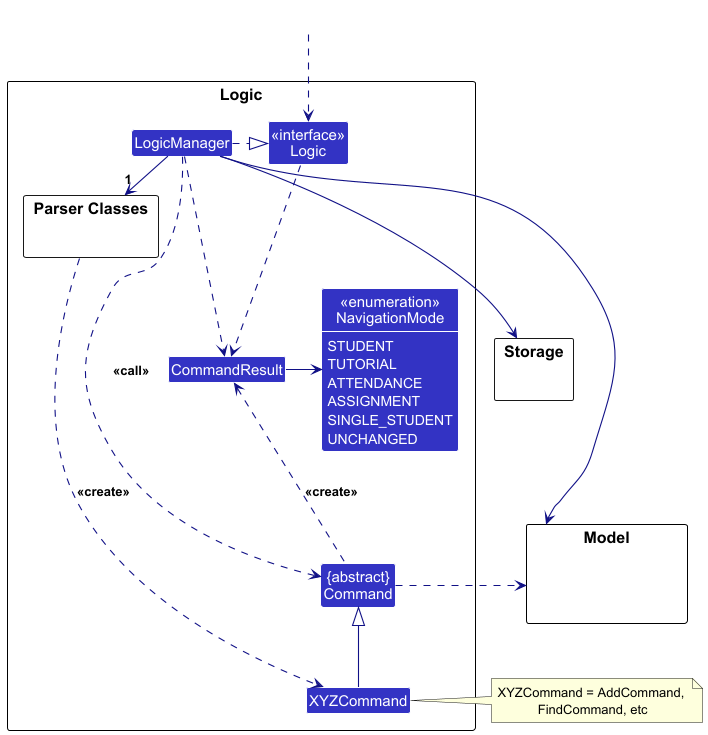
Above: docs/images/LogicClassDiagram.png in WhyAre/tp (PlantUML), before the change.
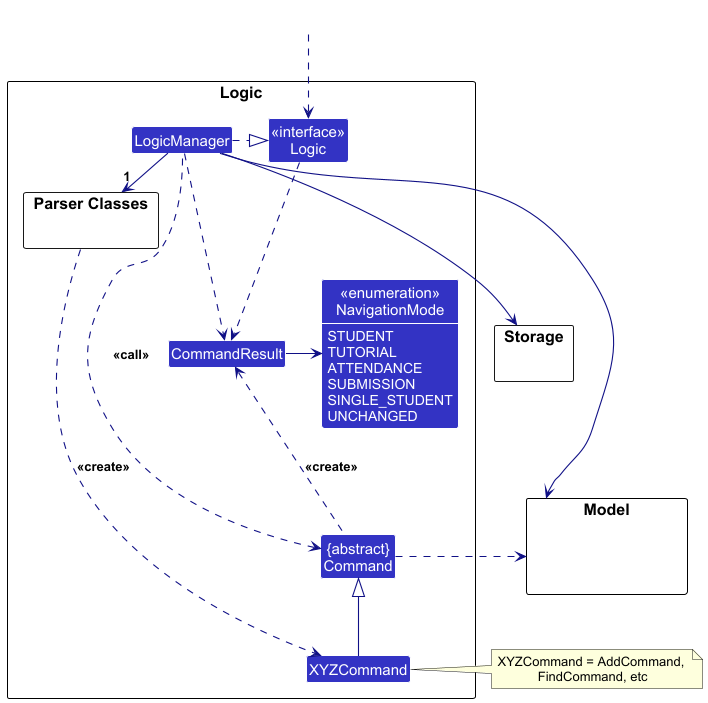
After the commit.

Change to the diagram source:
```diff
@@ -20,7 +20,7 @@
     STUDENT
     TUTORIAL
     ATTENDANCE
-    ASSIGNMENT
+    SUBMISSION
     SINGLE_STUDENT
     UNCHANGED
 }
```
